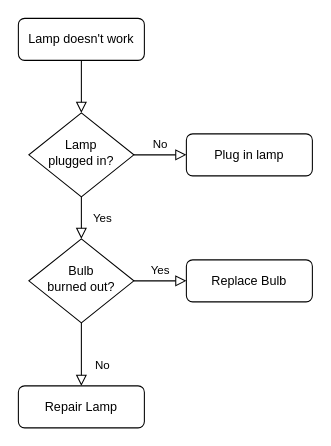
Above: diagrams/reporting.drawio in evoconou/draw.io (draw.io), before the change. Source tidied: cells renumbered, new cells numbered last; positions are measured from the earlier drawing's top-left corner, leaving out a move shared by most shapes. Both pictures are drawn from the tidied source at 105%, with x=0, y=0 at pixel (18, 18).
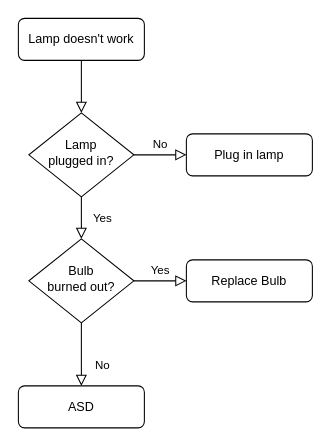
The same page after the edit.

The edit, as a diff of the source:
```diff
@@
 <mxGraphModel>
   <root>
     <mxCell id="0" />
     <mxCell id="1" parent="0" />
     <mxCell id="2" style="rounded=0;html=1;jettySize=auto;fontSize=11;endArrow=block;endFill=0;endSize=8;strokeWidth=1;shadow=0;labelBackgroundColor=none;edgeStyle=orthogonalEdgeStyle;" parent="1" edge="1" source="3" target="6">
       <mxGeometry relative="1" as="geometry" />
     </mxCell>
     <mxCell id="3" value="Lamp doesn't work" style="rounded=1;whiteSpace=wrap;html=1;fontSize=12;glass=0;strokeWidth=1;shadow=0;" parent="1" vertex="1">
       <mxGeometry width="120" height="40" as="geometry" />
     </mxCell>
     <mxCell id="4" value="Yes" style="rounded=0;html=1;jettySize=auto;fontSize=11;endArrow=block;endFill=0;endSize=8;strokeWidth=1;shadow=0;labelBackgroundColor=none;edgeStyle=orthogonalEdgeStyle;" parent="1" edge="1" source="6" target="10">
       <mxGeometry y="20" relative="1" as="geometry" />
     </mxCell>
     <mxCell id="5" value="No" style="edgeStyle=orthogonalEdgeStyle;rounded=0;html=1;jettySize=auto;fontSize=11;endArrow=block;endFill=0;endSize=8;strokeWidth=1;shadow=0;labelBackgroundColor=none;" parent="1" edge="1" source="6" target="7">
       <mxGeometry y="10" relative="1" as="geometry" />
     </mxCell>
     <mxCell id="6" value="Lamp&lt;br&gt;plugged in?" style="rhombus;whiteSpace=wrap;html=1;shadow=0;fontFamily=Helvetica;fontSize=12;align=center;strokeWidth=1;spacing=6;spacingTop=-4;" parent="1" vertex="1">
       <mxGeometry x="10" y="90" width="100" height="80" as="geometry" />
     </mxCell>
     <mxCell id="7" value="Plug in lamp" style="rounded=1;whiteSpace=wrap;html=1;fontSize=12;glass=0;strokeWidth=1;shadow=0;" parent="1" vertex="1">
       <mxGeometry x="160" y="110" width="120" height="40" as="geometry" />
     </mxCell>
     <mxCell id="8" value="No" style="rounded=0;html=1;jettySize=auto;fontSize=11;endArrow=block;endFill=0;endSize=8;strokeWidth=1;shadow=0;labelBackgroundColor=none;edgeStyle=orthogonalEdgeStyle;" parent="1" edge="1" source="10" target="11">
       <mxGeometry x="0.33" y="20" relative="1" as="geometry" />
     </mxCell>
     <mxCell id="9" value="Yes" style="edgeStyle=orthogonalEdgeStyle;rounded=0;html=1;jettySize=auto;fontSize=11;endArrow=block;endFill=0;endSize=8;strokeWidth=1;shadow=0;labelBackgroundColor=none;" parent="1" edge="1" source="10" target="12">
       <mxGeometry y="10" relative="1" as="geometry" />
     </mxCell>
     <mxCell id="10" value="Bulb&lt;br&gt;burned out?" style="rhombus;whiteSpace=wrap;html=1;shadow=0;fontFamily=Helvetica;fontSize=12;align=center;strokeWidth=1;spacing=6;spacingTop=-4;" parent="1" vertex="1">
       <mxGeometry x="10" y="210" width="100" height="80" as="geometry" />
     </mxCell>
-    <mxCell id="11" value="Repair Lamp" style="rounded=1;whiteSpace=wrap;html=1;fontSize=12;glass=0;strokeWidth=1;shadow=0;" parent="1" vertex="1">
+    <mxCell id="11" value="ASD" style="rounded=1;whiteSpace=wrap;html=1;fontSize=12;glass=0;strokeWidth=1;shadow=0;" parent="1" vertex="1">
       <mxGeometry y="350" width="120" height="40" as="geometry" />
     </mxCell>
     <mxCell id="12" value="Replace Bulb" style="rounded=1;whiteSpace=wrap;html=1;fontSize=12;glass=0;strokeWidth=1;shadow=0;" parent="1" vertex="1">
       <mxGeometry x="160" y="230" width="120" height="40" as="geometry" />
     </mxCell>
   </root>
 </mxGraphModel>
```
